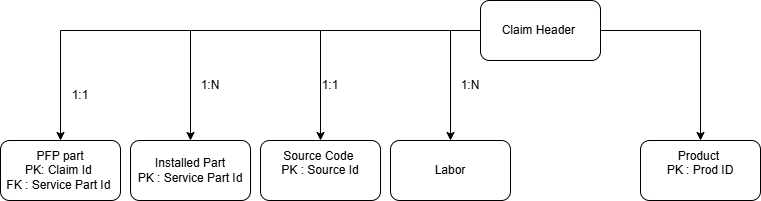
Mouparna-commit/Sql keeps this draw.io diagram as Claim Data Model_Logical.drawio.png. Above is the earlier version. Source tidied: cells renumbered, new cells last; positions are measured from the earlier drawing's top-left corner, leaving out a move shared by most shapes.
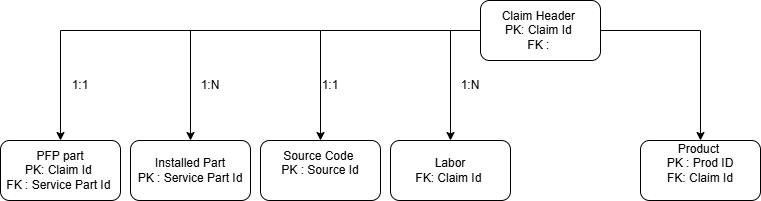
The same diagram one commit later.

What changed in the source:
```diff
@@ -21,19 +21,19 @@
     <mxCell id="6" style="edgeStyle=orthogonalEdgeStyle;rounded=0;jettySize=auto;html=1;" parent="1" edge="1" source="7" target="16">
       <mxGeometry relative="1" as="geometry" />
     </mxCell>
-    <mxCell id="7" value="Claim Header&amp;nbsp;" style="rounded=1;whiteSpace=wrap;html=1;" parent="1" vertex="1">
+    <mxCell id="7" value="Claim Header&amp;nbsp;&lt;br&gt;PK: Claim Id&amp;nbsp;&lt;div&gt;FK :&amp;nbsp;&lt;/div&gt;" style="rounded=1;whiteSpace=wrap;html=1;" parent="1" vertex="1">
       <mxGeometry x="480" width="120" height="60" as="geometry" />
     </mxCell>
     <mxCell id="8" value="PFP part&lt;div&gt;PK: Claim Id&amp;nbsp;&lt;/div&gt;&lt;div&gt;FK : Service Part Id&amp;nbsp;&lt;/div&gt;" style="whiteSpace=wrap;html=1;rounded=1;" parent="1" vertex="1">
       <mxGeometry y="140" width="120" height="60" as="geometry" />
     </mxCell>
     <mxCell id="9" value="1:1" style="text;html=1;whiteSpace=wrap;strokeColor=none;fillColor=none;align=center;verticalAlign=middle;rounded=0;" parent="1" vertex="1">
-      <mxGeometry x="50" y="80" width="60" height="30" as="geometry" />
+      <mxGeometry x="50" y="70" width="60" height="30" as="geometry" />
     </mxCell>
     <mxCell id="10" value="Installed Part&lt;br&gt;PK : Service Part Id" style="whiteSpace=wrap;html=1;rounded=1;" parent="1" vertex="1">
       <mxGeometry x="130" y="140" width="120" height="60" as="geometry" />
     </mxCell>
-    <mxCell id="11" value="Labor" style="whiteSpace=wrap;html=1;rounded=1;" parent="1" vertex="1">
+    <mxCell id="11" value="Labor&lt;div&gt;FK: Claim Id&amp;nbsp;&lt;/div&gt;" style="whiteSpace=wrap;html=1;rounded=1;" parent="1" vertex="1">
       <mxGeometry x="390" y="140" width="120" height="60" as="geometry" />
     </mxCell>
     <mxCell id="12" value="1:N" style="text;html=1;whiteSpace=wrap;strokeColor=none;fillColor=none;align=center;verticalAlign=middle;rounded=0;" parent="1" vertex="1">
@@ -48,7 +48,7 @@
     <mxCell id="15" value="1:1" style="text;html=1;whiteSpace=wrap;strokeColor=none;fillColor=none;align=center;verticalAlign=middle;rounded=0;" parent="1" vertex="1">
       <mxGeometry x="300" y="70" width="60" height="30" as="geometry" />
     </mxCell>
-    <mxCell id="16" value="Product&amp;nbsp;&lt;div&gt;PK : Prod ID&lt;/div&gt;&lt;div&gt;&lt;br&gt;&lt;/div&gt;" style="whiteSpace=wrap;html=1;rounded=1;" parent="1" vertex="1">
+    <mxCell id="16" value="Product&amp;nbsp;&lt;div&gt;PK : Prod ID&lt;br&gt;FK: Claim Id&lt;/div&gt;&lt;div&gt;&lt;br&gt;&lt;/div&gt;" style="whiteSpace=wrap;html=1;rounded=1;" parent="1" vertex="1">
       <mxGeometry x="640" y="140" width="120" height="60" as="geometry" />
     </mxCell>
   </root>
```
